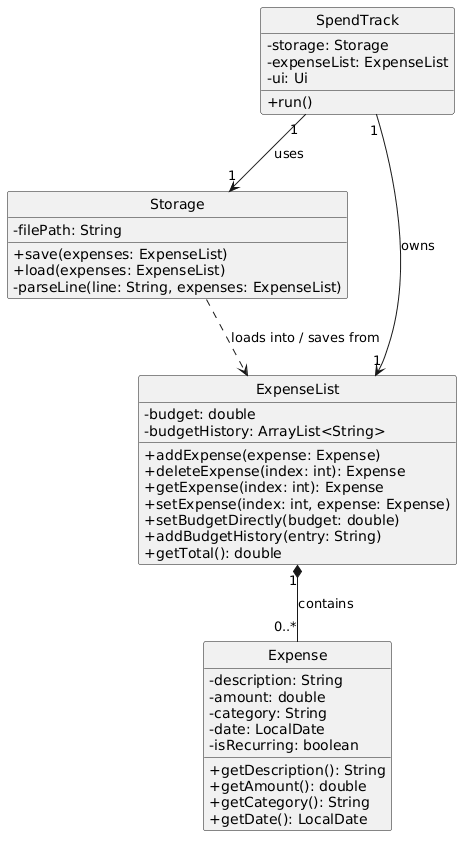
AbhijitBalajee/tp keeps this PlantUML diagram as docs/images/StorageClassDiagram.png. Above is the earlier version.
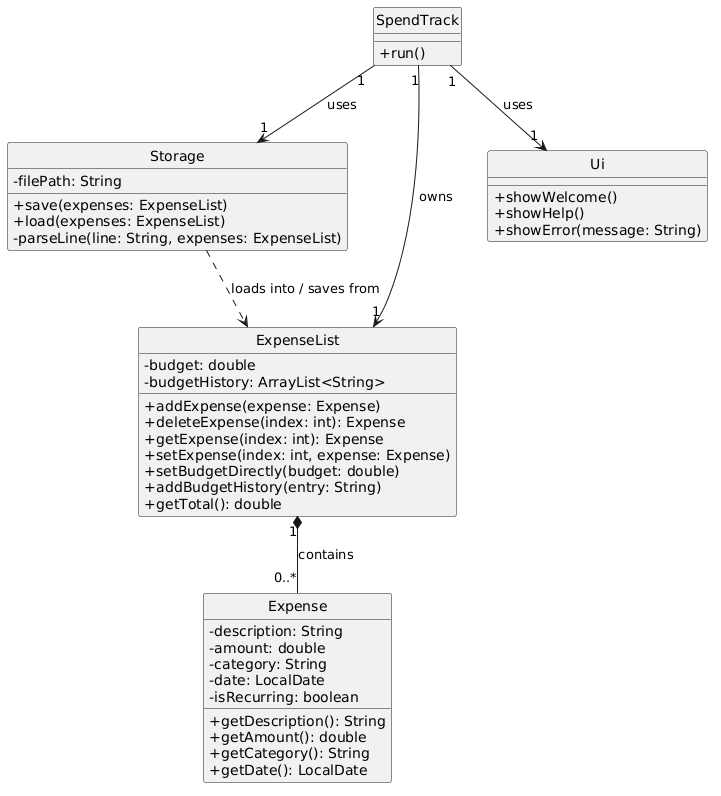
After the change.

Commit message:
Fixed Class Diagrams and DG according to CS2113 website

The edit, as a diff of the source:
```diff
@@ -5,9 +5,6 @@
 hide circle
 
 class SpendTrack {
-    - storage: Storage
-    - expenseList: ExpenseList
-    - ui: Ui
     + run()
 }
 
@@ -42,8 +39,15 @@
     + getDate(): LocalDate
 }
 
+class Ui {
+    + showWelcome()
+    + showHelp()
+    + showError(message: String)
+}
+
 SpendTrack "1" --> "1" Storage : uses
 SpendTrack "1" --> "1" ExpenseList : owns
+SpendTrack "1" --> "1" Ui : uses
 Storage ..> ExpenseList : loads into / saves from
 ExpenseList "1" *-- "0..*" Expense : contains
 @enduml
```
